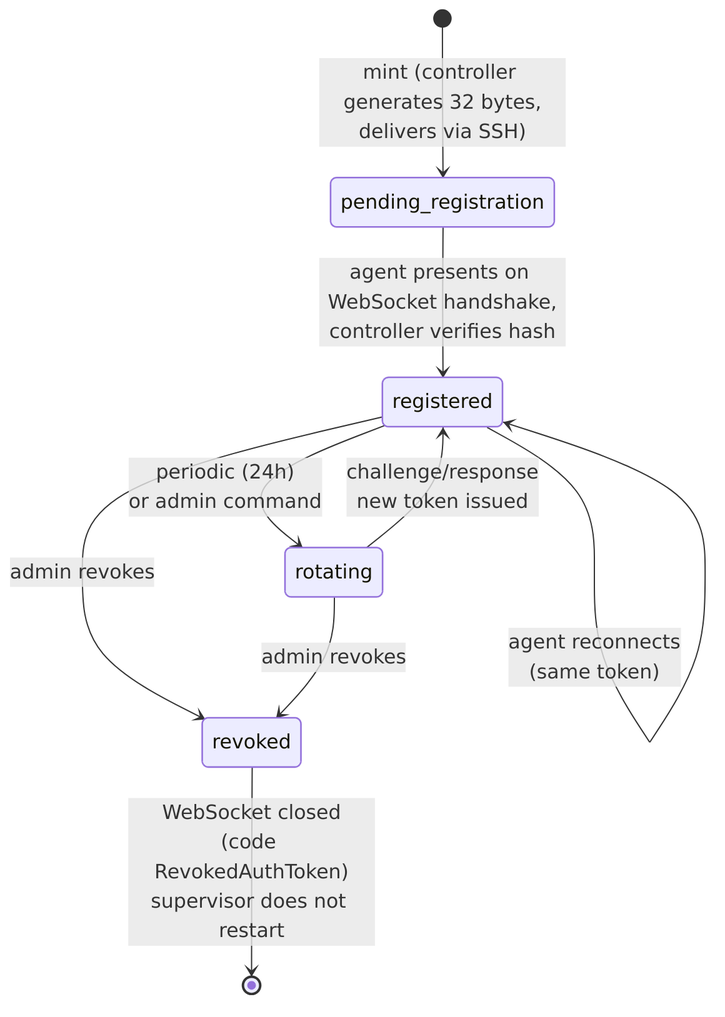
Earlier version of the Mermaid export docs/design/diagrams/SRD-0105/token-lifecycle.png (nosqlbench/hyperplane-rs). Its source is kept beside it as docs/design/diagrams/SRD-0105/token-lifecycle.mmd. The source it was exported from:
```mermaid
stateDiagram-v2
    [*] --> pending_registration : mint (controller generates 32 bytes,<br/>delivers via SSH)
    pending_registration --> registered : agent presents on WebSocket handshake,<br/>controller verifies hash
    registered --> registered : agent reconnects<br/>(same token)
    registered --> rotating : periodic (24h)<br/>or admin command
    rotating --> registered : challenge/response<br/>new token issued
    registered --> revoked : admin revokes
    rotating --> revoked : admin revokes
    revoked --> [*] : WebSocket closed<br/>(code RevokedAuthToken)<br/>supervisor does not restart
```
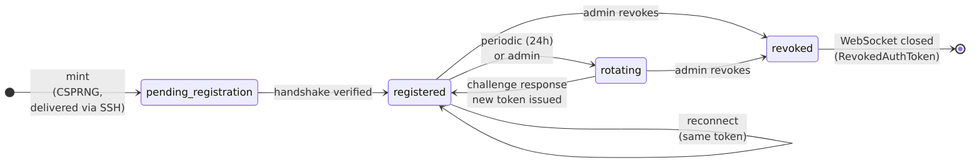
Later version of the same file.

What changed in the source:
```diff
@@ -1,9 +1,10 @@
 stateDiagram-v2
-    [*] --> pending_registration : mint (controller generates 32 bytes,<br/>delivers via SSH)
-    pending_registration --> registered : agent presents on WebSocket handshake,<br/>controller verifies hash
-    registered --> registered : agent reconnects<br/>(same token)
-    registered --> rotating : periodic (24h)<br/>or admin command
-    rotating --> registered : challenge/response<br/>new token issued
+    direction LR
+    [*] --> pending_registration : mint<br/>(CSPRNG,<br/>delivered via SSH)
+    pending_registration --> registered : handshake verified
+    registered --> registered : reconnect<br/>(same token)
+    registered --> rotating : periodic (24h)<br/>or admin
+    rotating --> registered : challenge response<br/>new token issued
     registered --> revoked : admin revokes
     rotating --> revoked : admin revokes
-    revoked --> [*] : WebSocket closed<br/>(code RevokedAuthToken)<br/>supervisor does not restart
+    revoked --> [*] : WebSocket closed<br/>(RevokedAuthToken)
```
